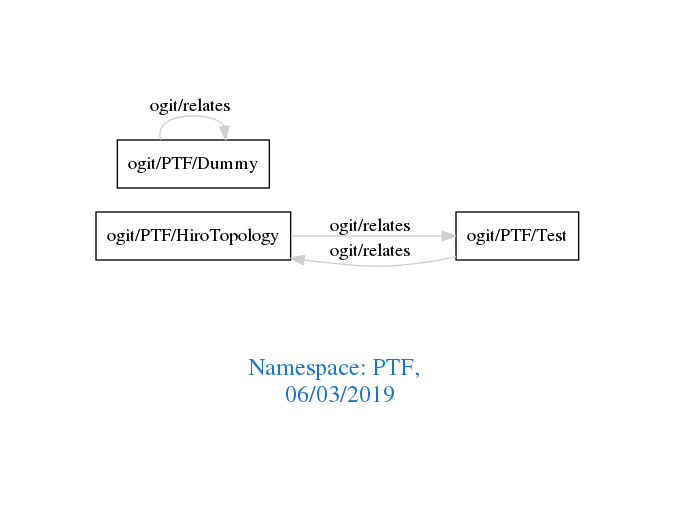
This is downloads/PTF.png from arago/OGIT, a Graphviz export, as it was before one commit. Its source is kept beside it as downloads/PTF.dot.
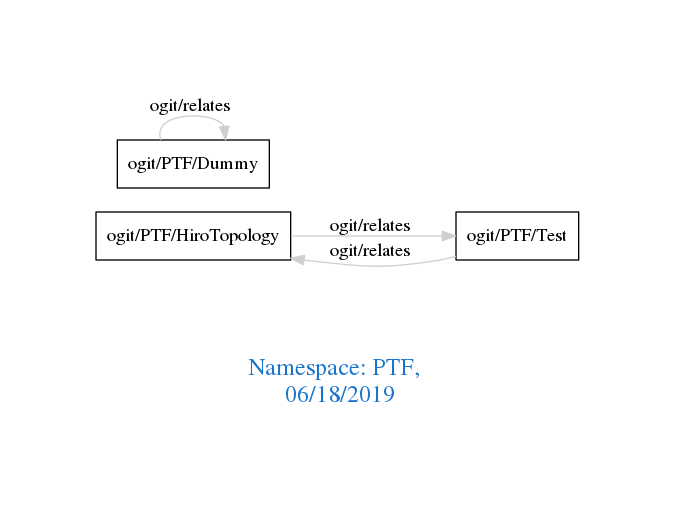
The same diagram one commit later.

Diff of the diagram source:
```diff
@@ -1,7 +1,7 @@
 digraph OGIT_ontology {
  graph [ rankdir= LR,pad=1
 fontsize = 18,
-fontcolor= dodgerblue3,label = "\n\n\nNamespace: PTF, \n 06/03/2019"];
+fontcolor= dodgerblue3,label = "\n\n\nNamespace: PTF, \n 06/18/2019"];
 node[shape=polygon];
 edge [  color="gray81"];
 
```
